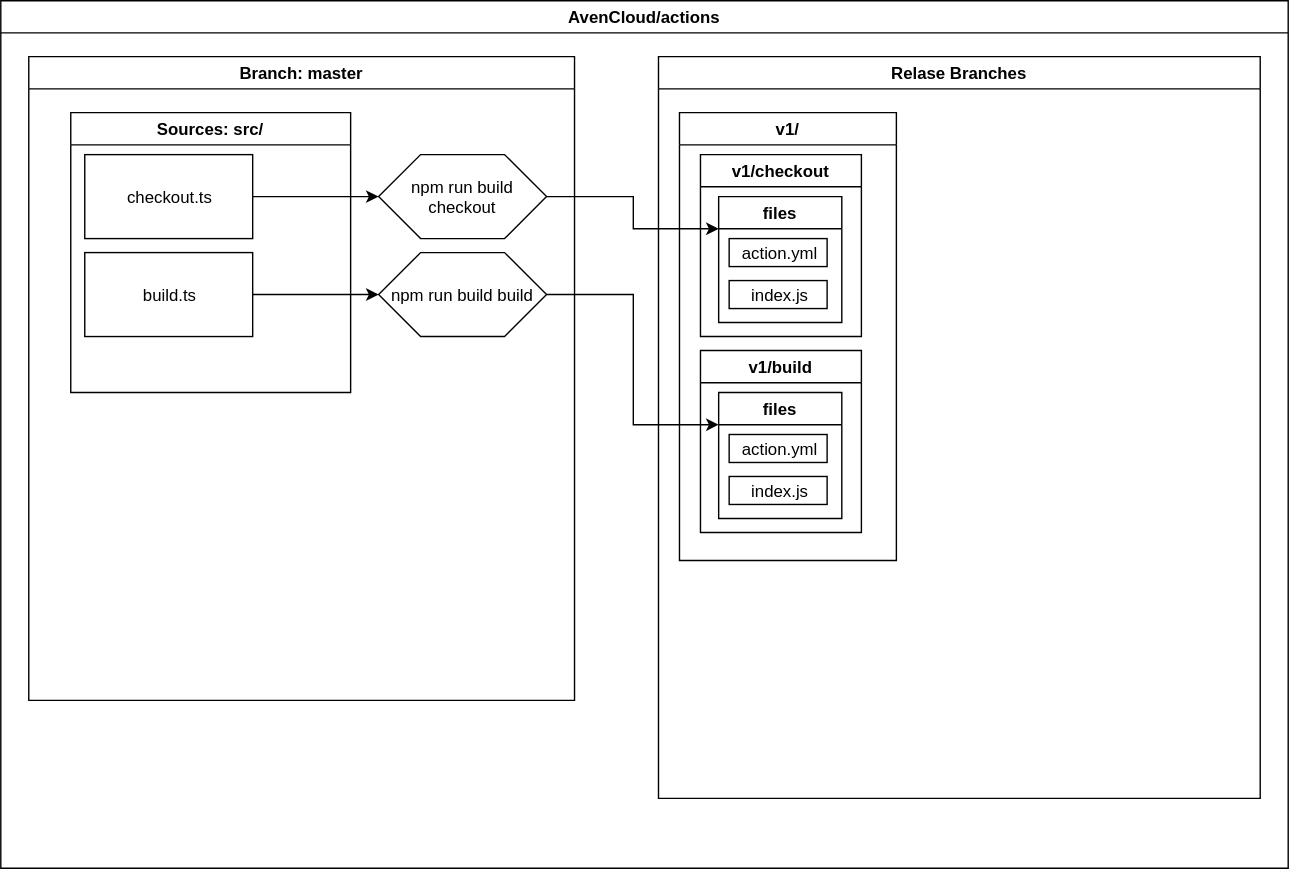
Earlier version of the draw.io export Export.svg (AvenCloud/actions). Source tidied: cells renumbered, new cells last; positions are measured from the earlier drawing's top-left corner, leaving out a move shared by most shapes.
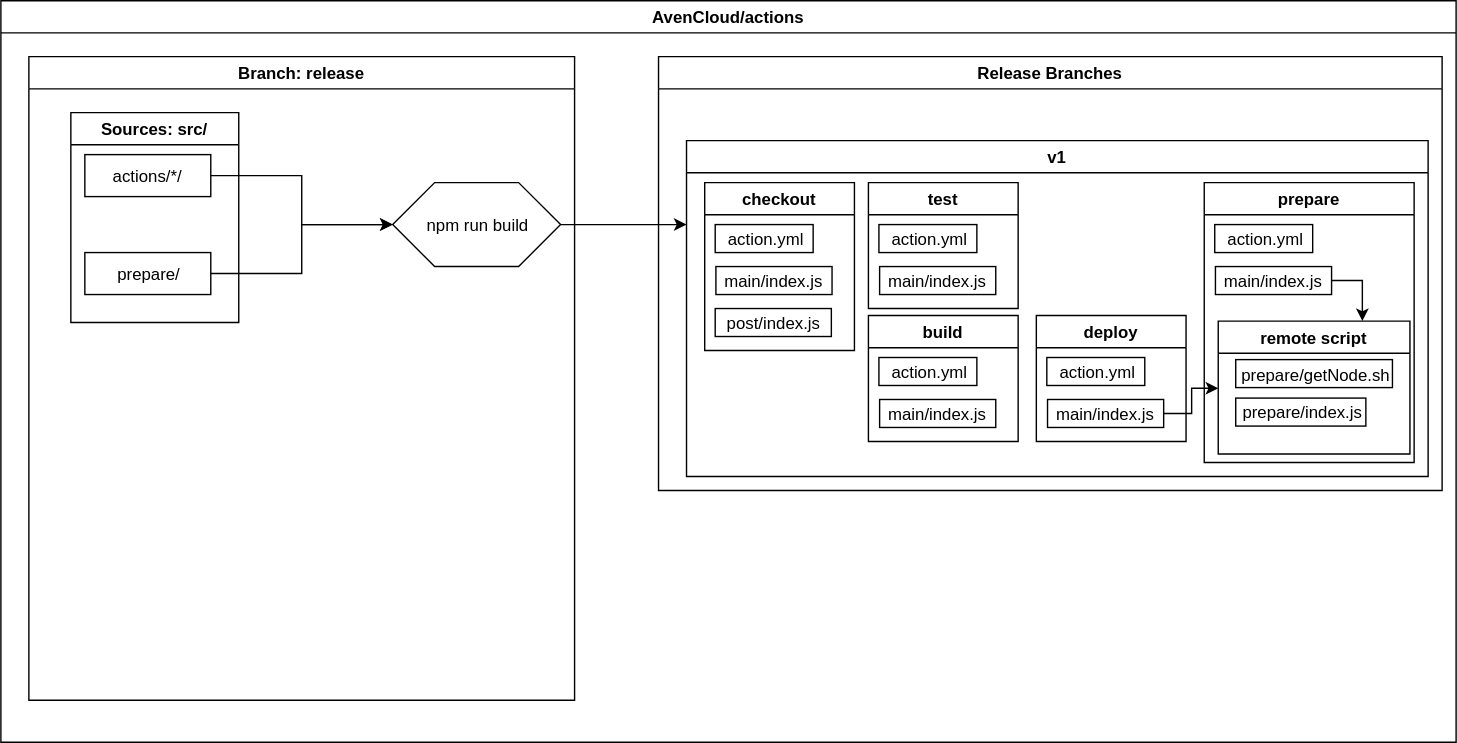
Later version of the same file.

The edit, as a diff of the source:
```diff
@@ -3,66 +3,104 @@
     <mxCell id="0" />
     <mxCell id="1" parent="0" />
     <mxCell id="2" value="AvenCloud/actions" style="swimlane;" parent="1" vertex="1">
-      <mxGeometry width="920" height="620" as="geometry" />
+      <mxGeometry width="1040" height="530" as="geometry" />
     </mxCell>
-    <mxCell id="3" value="Branch: master" style="swimlane;" parent="2" vertex="1">
+    <mxCell id="3" value="Branch: release" style="swimlane;" parent="2" vertex="1">
       <mxGeometry x="20" y="40" width="390" height="460" as="geometry" />
     </mxCell>
     <mxCell id="4" value="Sources: src/" style="swimlane;" parent="3" vertex="1">
-      <mxGeometry x="30" y="40" width="200" height="200" as="geometry" />
+      <mxGeometry x="30" y="40" width="120" height="150" as="geometry" />
     </mxCell>
-    <mxCell id="5" value="checkout.ts" style="rounded=0;whiteSpace=wrap;html=1;" parent="4" vertex="1">
-      <mxGeometry x="10" y="30" width="120" height="60" as="geometry" />
+    <mxCell id="5" value="actions/*/" style="rounded=0;whiteSpace=wrap;html=1;" parent="4" vertex="1">
+      <mxGeometry x="10" y="30" width="90" height="30" as="geometry" />
     </mxCell>
-    <mxCell id="6" value="build.ts" style="rounded=0;whiteSpace=wrap;html=1;" parent="4" vertex="1">
-      <mxGeometry x="10" y="100" width="120" height="60" as="geometry" />
+    <mxCell id="6" value="prepare/" style="rounded=0;whiteSpace=wrap;html=1;" parent="4" vertex="1">
+      <mxGeometry x="10" y="100" width="90" height="30" as="geometry" />
     </mxCell>
-    <mxCell id="7" value="npm run build checkout" style="shape=hexagon;perimeter=hexagonPerimeter2;whiteSpace=wrap;html=1;fontFamily=Helvetica;fontSize=12;fontColor=#000000;align=center;strokeColor=#000000;fillColor=#ffffff;" parent="3" vertex="1">
-      <mxGeometry x="250" y="70" width="120" height="60" as="geometry" />
+    <mxCell id="7" value="npm run build" style="shape=hexagon;perimeter=hexagonPerimeter2;whiteSpace=wrap;html=1;fontFamily=Helvetica;fontSize=12;fontColor=#000000;align=center;strokeColor=#000000;fillColor=#ffffff;" parent="3" vertex="1">
+      <mxGeometry x="260" y="90" width="120" height="60" as="geometry" />
     </mxCell>
-    <mxCell id="8" value="npm run build build" style="shape=hexagon;perimeter=hexagonPerimeter2;whiteSpace=wrap;html=1;fontFamily=Helvetica;fontSize=12;fontColor=#000000;align=center;strokeColor=#000000;fillColor=#ffffff;" parent="3" vertex="1">
-      <mxGeometry x="250" y="140" width="120" height="60" as="geometry" />
-    </mxCell>
-    <mxCell id="9" style="edgeStyle=orthogonalEdgeStyle;rounded=0;jettySize=auto;html=1;exitX=1;exitY=0.5;exitDx=0;exitDy=0;entryX=0;entryY=0.5;entryDx=0;entryDy=0;" parent="3" edge="1" source="6" target="8">
+    <mxCell id="9" style="edgeStyle=orthogonalEdgeStyle;rounded=0;jettySize=auto;html=1;exitX=1;exitY=0.5;exitDx=0;exitDy=0;entryX=0;entryY=0.5;entryDx=0;entryDy=0;" parent="3" edge="1" source="6" target="7">
       <mxGeometry relative="1" as="geometry" />
     </mxCell>
     <mxCell id="10" style="edgeStyle=orthogonalEdgeStyle;rounded=0;jettySize=auto;html=1;exitX=1;exitY=0.5;exitDx=0;exitDy=0;entryX=0;entryY=0.5;entryDx=0;entryDy=0;" parent="3" edge="1" source="5" target="7">
-      <mxGeometry relative="1" as="geometry" />
+      <mxGeometry relative="1" as="geometry">
+        <Array as="points">
+          <mxPoint x="195" y="85" />
+          <mxPoint x="195" y="120" />
+        </Array>
+      </mxGeometry>
     </mxCell>
-    <mxCell id="11" value="Relase Branches" style="swimlane;" parent="2" vertex="1">
-      <mxGeometry x="470" y="40" width="430" height="530" as="geometry" />
+    <mxCell id="11" value="Release Branches" style="swimlane;" parent="2" vertex="1">
+      <mxGeometry x="470" y="40" width="560" height="310" as="geometry" />
     </mxCell>
-    <mxCell id="12" value="v1/" style="swimlane;" parent="11" vertex="1">
-      <mxGeometry x="15" y="40" width="155" height="320" as="geometry" />
-    </mxCell>
-    <mxCell id="13" value="v1/checkout" style="swimlane;" parent="12" vertex="1">
-      <mxGeometry x="15" y="30" width="115" height="130" as="geometry" />
+    <mxCell id="13" value="v1" style="swimlane;" parent="11" vertex="1">
+      <mxGeometry x="20" y="60" width="530" height="240" as="geometry" />
     </mxCell>
-    <mxCell id="14" value="files" style="swimlane;" parent="13" vertex="1">
-      <mxGeometry x="13" y="30" width="88" height="90" as="geometry" />
+    <mxCell id="14" value="checkout" style="swimlane;" parent="13" vertex="1">
+      <mxGeometry x="13" y="30" width="107" height="120" as="geometry" />
     </mxCell>
-    <mxCell id="15" value="index.js" style="rounded=0;whiteSpace=wrap;html=1;" parent="14" vertex="1">
-      <mxGeometry x="7.5" y="60" width="70" height="20" as="geometry" />
+    <mxCell id="15" value="main/index.js" style="rounded=0;whiteSpace=wrap;html=1;" parent="14" vertex="1">
+      <mxGeometry x="8" y="60" width="83" height="20" as="geometry" />
     </mxCell>
+    <mxCell id="23" value="post/index.js" style="rounded=0;whiteSpace=wrap;html=1;" parent="14" vertex="1">
+      <mxGeometry x="7.5" y="90" width="83" height="20" as="geometry" />
+    </mxCell>
     <mxCell id="16" value="action.yml" style="rounded=0;whiteSpace=wrap;html=1;" parent="14" vertex="1">
       <mxGeometry x="7.5" y="30" width="70" height="20" as="geometry" />
     </mxCell>
-    <mxCell id="17" value="v1/build" style="swimlane;" parent="12" vertex="1">
-      <mxGeometry x="15" y="170" width="115" height="130" as="geometry" />
-    </mxCell>
-    <mxCell id="18" value="files" style="swimlane;" parent="17" vertex="1">
-      <mxGeometry x="13" y="30" width="88" height="90" as="geometry" />
-    </mxCell>
-    <mxCell id="19" value="index.js" style="rounded=0;whiteSpace=wrap;html=1;" parent="18" vertex="1">
-      <mxGeometry x="7.5" y="60" width="70" height="20" as="geometry" />
-    </mxCell>
-    <mxCell id="20" value="action.yml" style="rounded=0;whiteSpace=wrap;html=1;" parent="18" vertex="1">
-      <mxGeometry x="7.5" y="30" width="70" height="20" as="geometry" />
-    </mxCell>
-    <mxCell id="21" style="edgeStyle=orthogonalEdgeStyle;rounded=0;jettySize=auto;html=1;exitX=1;exitY=0.5;exitDx=0;exitDy=0;entryX=0;entryY=0.25;entryDx=0;entryDy=0;" parent="2" edge="1" source="8" target="18">
-      <mxGeometry relative="1" as="geometry" />
-    </mxCell>
+    <mxCell id="24" value="test" style="swimlane;" parent="13" vertex="1">
+      <mxGeometry x="130" y="30" width="107" height="90" as="geometry" />
+    </mxCell>
+    <mxCell id="25" value="main/index.js" style="rounded=0;whiteSpace=wrap;html=1;" parent="24" vertex="1">
+      <mxGeometry x="8" y="60" width="83" height="20" as="geometry" />
+    </mxCell>
+    <mxCell id="26" value="action.yml" style="rounded=0;whiteSpace=wrap;html=1;" parent="24" vertex="1">
+      <mxGeometry x="7.5" y="30" width="70" height="20" as="geometry" />
+    </mxCell>
+    <mxCell id="27" value="build" style="swimlane;" parent="13" vertex="1">
+      <mxGeometry x="130" y="125" width="107" height="90" as="geometry" />
+    </mxCell>
+    <mxCell id="28" value="main/index.js" style="rounded=0;whiteSpace=wrap;html=1;" parent="27" vertex="1">
+      <mxGeometry x="8" y="60" width="83" height="20" as="geometry" />
+    </mxCell>
+    <mxCell id="29" value="action.yml" style="rounded=0;whiteSpace=wrap;html=1;" parent="27" vertex="1">
+      <mxGeometry x="7.5" y="30" width="70" height="20" as="geometry" />
+    </mxCell>
+    <mxCell id="30" value="prepare" style="swimlane;" parent="13" vertex="1">
+      <mxGeometry x="370" y="30" width="150" height="200" as="geometry" />
+    </mxCell>
+    <mxCell id="31" style="edgeStyle=orthogonalEdgeStyle;rounded=0;jettySize=auto;html=1;exitX=1;exitY=0.5;exitDx=0;exitDy=0;entryX=0.75;entryY=0;entryDx=0;entryDy=0;" parent="30" edge="1" source="32" target="34">
+      <mxGeometry relative="1" as="geometry" />
+    </mxCell>
+    <mxCell id="32" value="main/index.js" style="rounded=0;whiteSpace=wrap;html=1;" parent="30" vertex="1">
+      <mxGeometry x="8" y="60" width="83" height="20" as="geometry" />
+    </mxCell>
+    <mxCell id="33" value="action.yml" style="rounded=0;whiteSpace=wrap;html=1;" parent="30" vertex="1">
+      <mxGeometry x="7.5" y="30" width="70" height="20" as="geometry" />
+    </mxCell>
+    <mxCell id="34" value="remote script" style="swimlane;" parent="30" vertex="1">
+      <mxGeometry x="10" y="99" width="137" height="95" as="geometry" />
+    </mxCell>
+    <mxCell id="35" value="prepare/getNode.sh" style="rounded=0;whiteSpace=wrap;html=1;" parent="34" vertex="1">
+      <mxGeometry x="12.5" y="27.5" width="112" height="20" as="geometry" />
+    </mxCell>
+    <mxCell id="36" value="prepare/index.js" style="rounded=0;whiteSpace=wrap;html=1;" parent="34" vertex="1">
+      <mxGeometry x="12.5" y="55" width="93" height="20" as="geometry" />
+    </mxCell>
+    <mxCell id="37" value="deploy" style="swimlane;" parent="13" vertex="1">
+      <mxGeometry x="250" y="125" width="107" height="90" as="geometry" />
+    </mxCell>
+    <mxCell id="38" value="main/index.js" style="rounded=0;whiteSpace=wrap;html=1;" parent="37" vertex="1">
+      <mxGeometry x="8" y="60" width="83" height="20" as="geometry" />
+    </mxCell>
+    <mxCell id="39" value="action.yml" style="rounded=0;whiteSpace=wrap;html=1;" parent="37" vertex="1">
+      <mxGeometry x="7.5" y="30" width="70" height="20" as="geometry" />
+    </mxCell>
+    <mxCell id="40" style="edgeStyle=orthogonalEdgeStyle;rounded=0;jettySize=auto;html=1;exitX=1;exitY=0.5;exitDx=0;exitDy=0;entryX=0;entryY=0.5;entryDx=0;entryDy=0;" parent="13" edge="1" source="38" target="34">
+      <mxGeometry relative="1" as="geometry" />
+    </mxCell>
-    <mxCell id="22" style="edgeStyle=orthogonalEdgeStyle;rounded=0;jettySize=auto;html=1;exitX=1;exitY=0.5;exitDx=0;exitDy=0;entryX=0;entryY=0.25;entryDx=0;entryDy=0;" parent="2" edge="1" source="7" target="14">
+    <mxCell id="22" style="edgeStyle=orthogonalEdgeStyle;rounded=0;jettySize=auto;html=1;exitX=1;exitY=0.5;exitDx=0;exitDy=0;entryX=0;entryY=0.25;entryDx=0;entryDy=0;" parent="2" edge="1" source="7" target="13">
       <mxGeometry relative="1" as="geometry" />
     </mxCell>
   </root>
```
